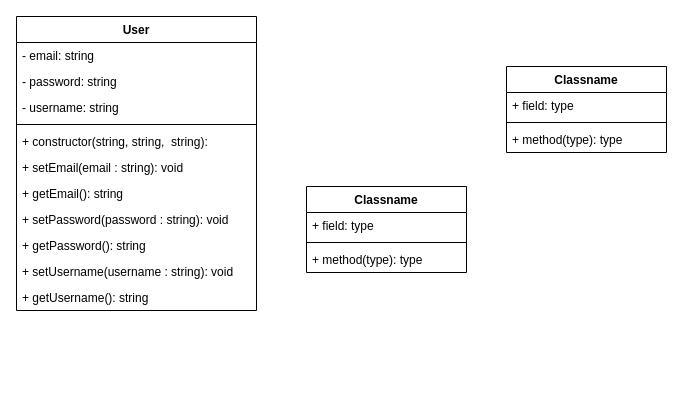
jadogeri/CalorieTrackerApp keeps this draw.io diagram as designs/class/class_diagram.drawio. Above is the earlier version. Source tidied: cells renumbered, new cells numbered last; positions are measured from the earlier drawing's top-left corner, leaving out a move shared by most shapes. Both pictures are drawn from the tidied source at 100%, with x=0, y=0 at pixel (16, 16).
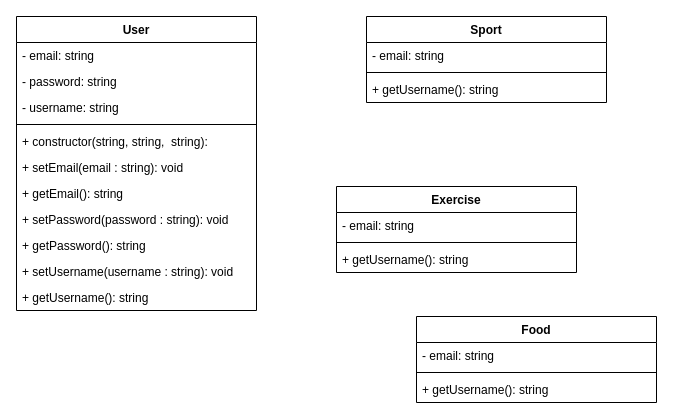
The same page after the edit.

The edit, as a diff of the source:
```diff
@@
-    <mxCell id="14" value="Classname" style="swimlane;fontStyle=1;align=center;verticalAlign=top;horizontal=1;startSize=26;" parent="1" vertex="1">
-      <mxGeometry x="290" y="170" width="160" height="86" as="geometry" />
-    </mxCell>
-    <mxCell id="15" value="+ field: type" style="text;strokeColor=none;fillColor=none;align=left;verticalAlign=top;spacingLeft=4;spacingRight=4;overflow=hidden;" parent="14" vertex="1">
-      <mxGeometry y="26" width="160" height="26" as="geometry" />
-    </mxCell>
-    <mxCell id="16" style="line;strokeWidth=1;fillColor=none;align=left;verticalAlign=middle;spacingTop=-1;spacingLeft=3;spacingRight=3;labelPosition=right;strokeColor=inherit;" parent="14" vertex="1">
-      <mxGeometry y="52" width="160" height="8" as="geometry" />
-    </mxCell>
-    <mxCell id="17" value="+ method(type): type" style="text;strokeColor=none;fillColor=none;align=left;verticalAlign=top;spacingLeft=4;spacingRight=4;overflow=hidden;" parent="14" vertex="1">
-      <mxGeometry y="60" width="160" height="26" as="geometry" />
-    </mxCell>
-    <mxCell id="18" value="Classname" style="swimlane;fontStyle=1;align=center;verticalAlign=top;horizontal=1;startSize=26;" parent="1" vertex="1">
-      <mxGeometry x="490" y="50" width="160" height="86" as="geometry" />
-    </mxCell>
-    <mxCell id="19" value="+ field: type" style="text;strokeColor=none;fillColor=none;align=left;verticalAlign=top;spacingLeft=4;spacingRight=4;overflow=hidden;" parent="18" vertex="1">
-      <mxGeometry y="26" width="160" height="26" as="geometry" />
-    </mxCell>
-    <mxCell id="20" style="line;strokeWidth=1;fillColor=none;align=left;verticalAlign=middle;spacingTop=-1;spacingLeft=3;spacingRight=3;labelPosition=right;strokeColor=inherit;" parent="18" vertex="1">
-      <mxGeometry y="52" width="160" height="8" as="geometry" />
-    </mxCell>
-    <mxCell id="21" value="+ method(type): type" style="text;strokeColor=none;fillColor=none;align=left;verticalAlign=top;spacingLeft=4;spacingRight=4;overflow=hidden;" parent="18" vertex="1">
-      <mxGeometry y="60" width="160" height="26" as="geometry" />
-    </mxCell>
+    <mxCell id="22" value="Exercise&#10;&#10;" style="swimlane;fontStyle=1;align=center;verticalAlign=top;horizontal=1;startSize=26;" parent="1" vertex="1">
+      <mxGeometry x="320" y="170" width="240" height="86" as="geometry" />
+    </mxCell>
+    <mxCell id="23" value="- email: string" style="text;strokeColor=none;fillColor=none;align=left;verticalAlign=top;spacingLeft=4;spacingRight=4;overflow=hidden;" parent="22" vertex="1">
+      <mxGeometry y="26" width="240" height="26" as="geometry" />
+    </mxCell>
+    <mxCell id="24" style="line;strokeWidth=1;fillColor=none;align=left;verticalAlign=middle;spacingTop=-1;spacingLeft=3;spacingRight=3;labelPosition=right;strokeColor=inherit;" parent="22" vertex="1">
+      <mxGeometry y="52" width="240" height="8" as="geometry" />
+    </mxCell>
+    <mxCell id="25" value="+ getUsername(): string" style="text;strokeColor=none;fillColor=none;align=left;verticalAlign=top;spacingLeft=4;spacingRight=4;overflow=hidden;" parent="22" vertex="1">
+      <mxGeometry y="60" width="240" height="26" as="geometry" />
+    </mxCell>
+    <mxCell id="26" value="Sport&#10;" style="swimlane;fontStyle=1;align=center;verticalAlign=top;horizontal=1;startSize=26;" parent="1" vertex="1">
+      <mxGeometry x="350" width="240" height="86" as="geometry" />
+    </mxCell>
+    <mxCell id="27" value="- email: string" style="text;strokeColor=none;fillColor=none;align=left;verticalAlign=top;spacingLeft=4;spacingRight=4;overflow=hidden;" parent="26" vertex="1">
+      <mxGeometry y="26" width="240" height="26" as="geometry" />
+    </mxCell>
+    <mxCell id="28" style="line;strokeWidth=1;fillColor=none;align=left;verticalAlign=middle;spacingTop=-1;spacingLeft=3;spacingRight=3;labelPosition=right;strokeColor=inherit;" parent="26" vertex="1">
+      <mxGeometry y="52" width="240" height="8" as="geometry" />
+    </mxCell>
+    <mxCell id="29" value="+ getUsername(): string" style="text;strokeColor=none;fillColor=none;align=left;verticalAlign=top;spacingLeft=4;spacingRight=4;overflow=hidden;" parent="26" vertex="1">
+      <mxGeometry y="60" width="240" height="26" as="geometry" />
+    </mxCell>
+    <mxCell id="30" value="Food&#10;&#10;" style="swimlane;fontStyle=1;align=center;verticalAlign=top;horizontal=1;startSize=26;" parent="1" vertex="1">
+      <mxGeometry x="400" y="300" width="240" height="86" as="geometry" />
+    </mxCell>
+    <mxCell id="31" value="- email: string" style="text;strokeColor=none;fillColor=none;align=left;verticalAlign=top;spacingLeft=4;spacingRight=4;overflow=hidden;" parent="30" vertex="1">
+      <mxGeometry y="26" width="240" height="26" as="geometry" />
+    </mxCell>
+    <mxCell id="32" style="line;strokeWidth=1;fillColor=none;align=left;verticalAlign=middle;spacingTop=-1;spacingLeft=3;spacingRight=3;labelPosition=right;strokeColor=inherit;" parent="30" vertex="1">
+      <mxGeometry y="52" width="240" height="8" as="geometry" />
+    </mxCell>
+    <mxCell id="33" value="+ getUsername(): string" style="text;strokeColor=none;fillColor=none;align=left;verticalAlign=top;spacingLeft=4;spacingRight=4;overflow=hidden;" parent="30" vertex="1">
+      <mxGeometry y="60" width="240" height="26" as="geometry" />
+    </mxCell>
```
